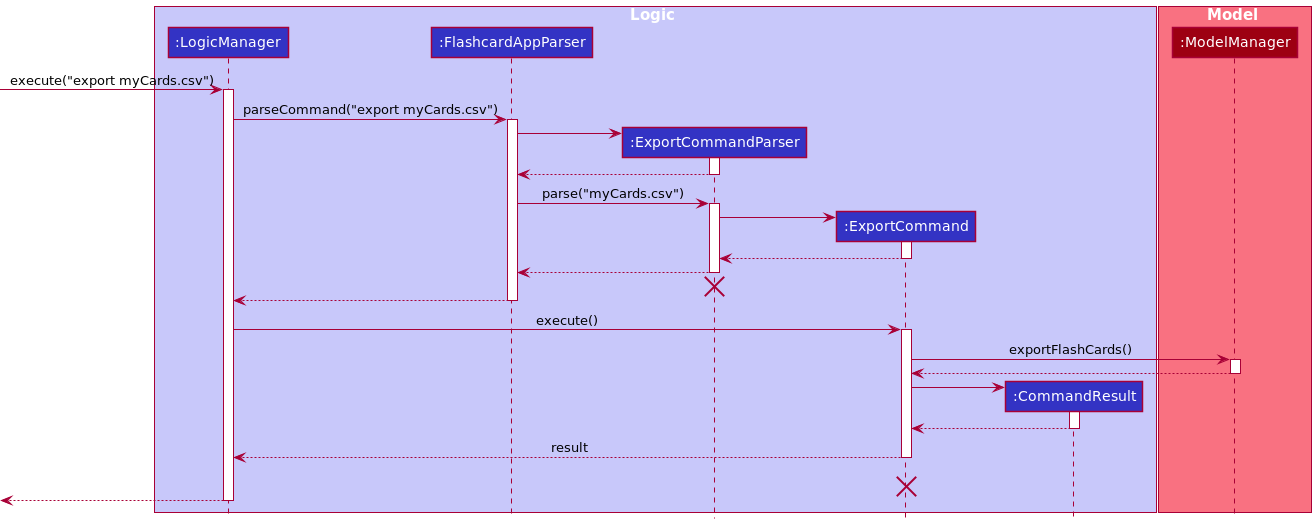
The PlantUML diagram docs/images/ExportSequenceDiagram.png in sharmainec/tp, before a commit.
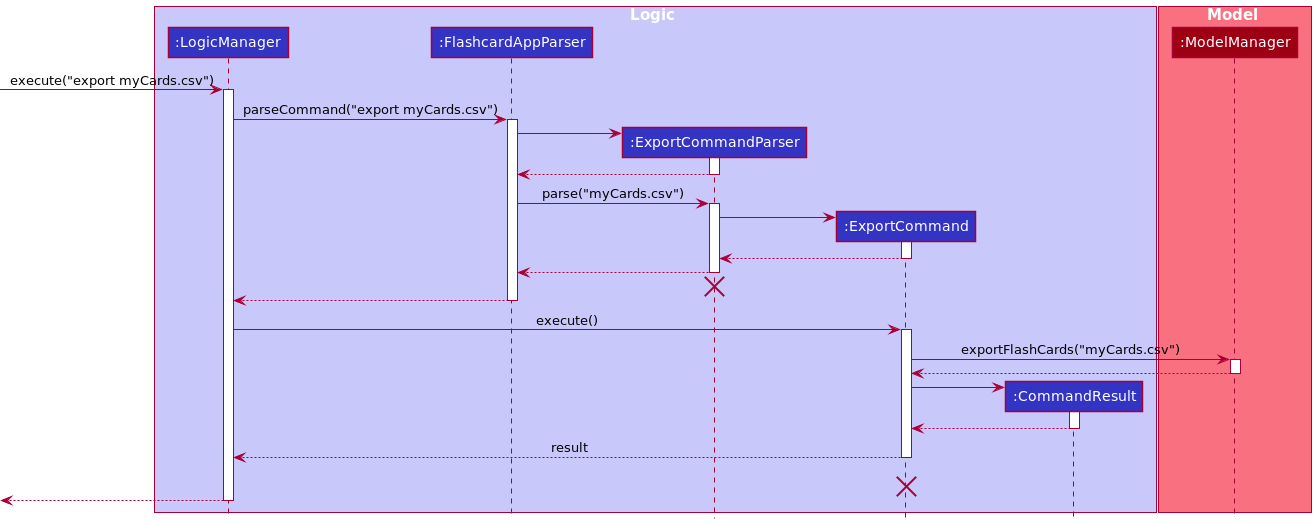
After the change.

Commit message:
Edit UML diagrams

Diff of the diagram source:
```diff
@@ -48,7 +48,7 @@
 LogicManager -> ExportCommand : execute()
 activate ExportCommand
 
-ExportCommand -> Model : exportFlashCards()
+ExportCommand -> Model : exportFlashCards("myCards.csv")
 activate Model
 
 Model --> ExportCommand
```
